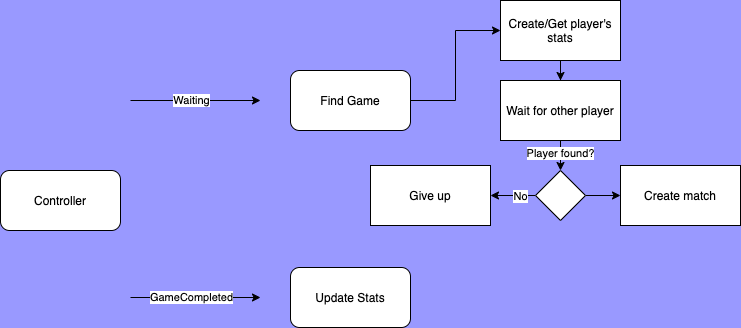
insdami/cr keeps this draw.io diagram as img/solution.png. Above is the earlier version. Source tidied: cells renumbered, new cells last; positions are measured from the earlier drawing's top-left corner, leaving out a move shared by most shapes.
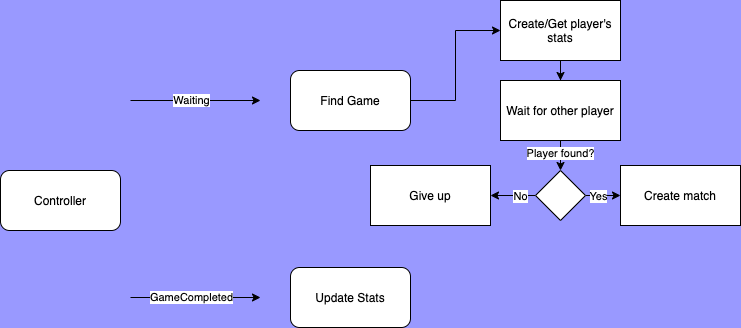
The same diagram one commit later.

The edit, as a diff of the source:
```diff
@@ -54,6 +54,11 @@
     <mxCell id="15" style="edgeStyle=orthogonalEdgeStyle;rounded=0;jettySize=auto;html=1;" parent="1" edge="1" source="18" target="19">
       <mxGeometry relative="1" as="geometry" />
     </mxCell>
+    <mxCell id="21" value="Yes" style="edgeLabel;html=1;align=center;verticalAlign=middle;" parent="15" vertex="1">
+      <mxGeometry x="0.11" y="3" relative="1" as="geometry">
+        <mxPoint x="-3" y="3" as="offset" />
+      </mxGeometry>
+    </mxCell>
     <mxCell id="16" style="edgeStyle=orthogonalEdgeStyle;rounded=0;jettySize=auto;html=1;" parent="1" edge="1" source="18" target="20">
       <mxGeometry relative="1" as="geometry" />
     </mxCell>
```
